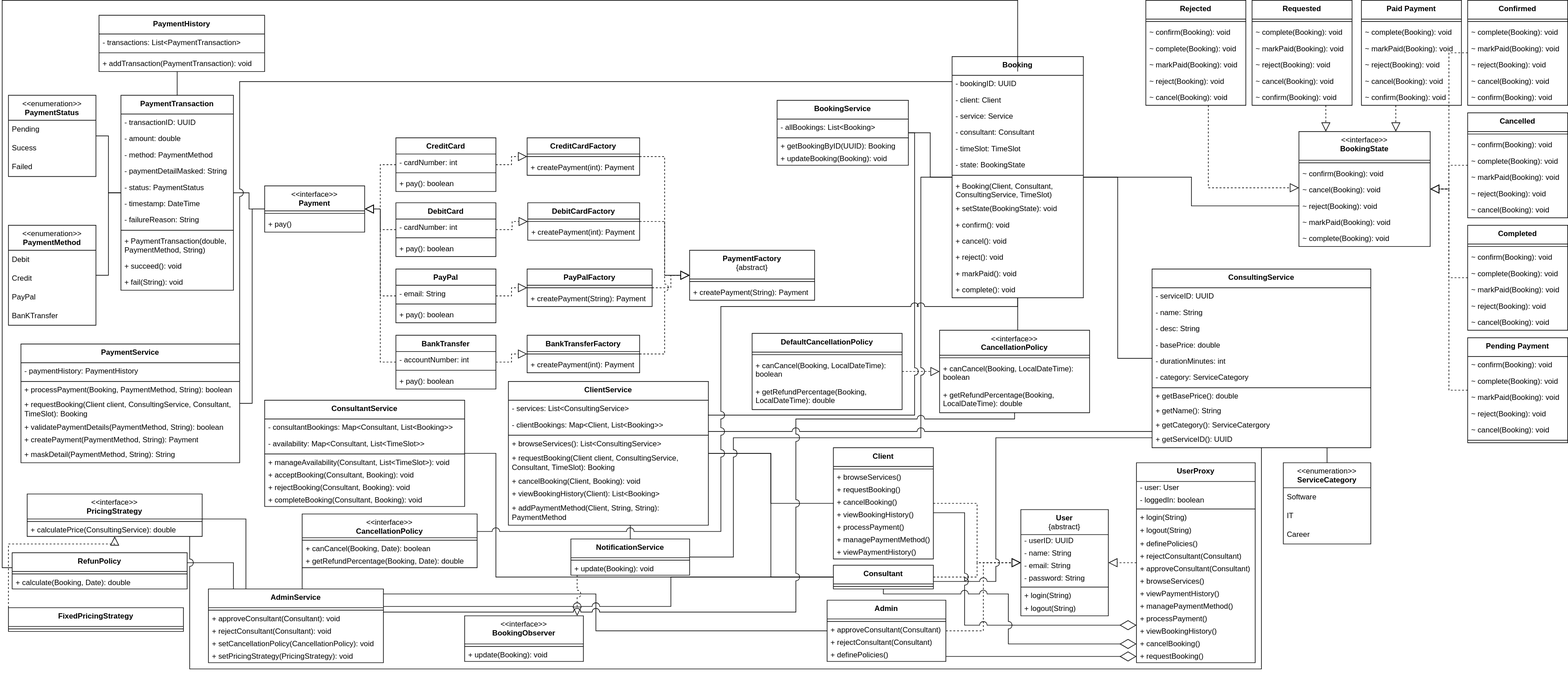
Above: diagrams/EECS3311_ClassDiagram.drawio.svg in K1fight/EECS3311Project (draw.io), before the change. Source tidied: cells renumbered, new cells last; positions are measured from the earlier drawing's top-left corner, leaving out a move shared by most shapes.
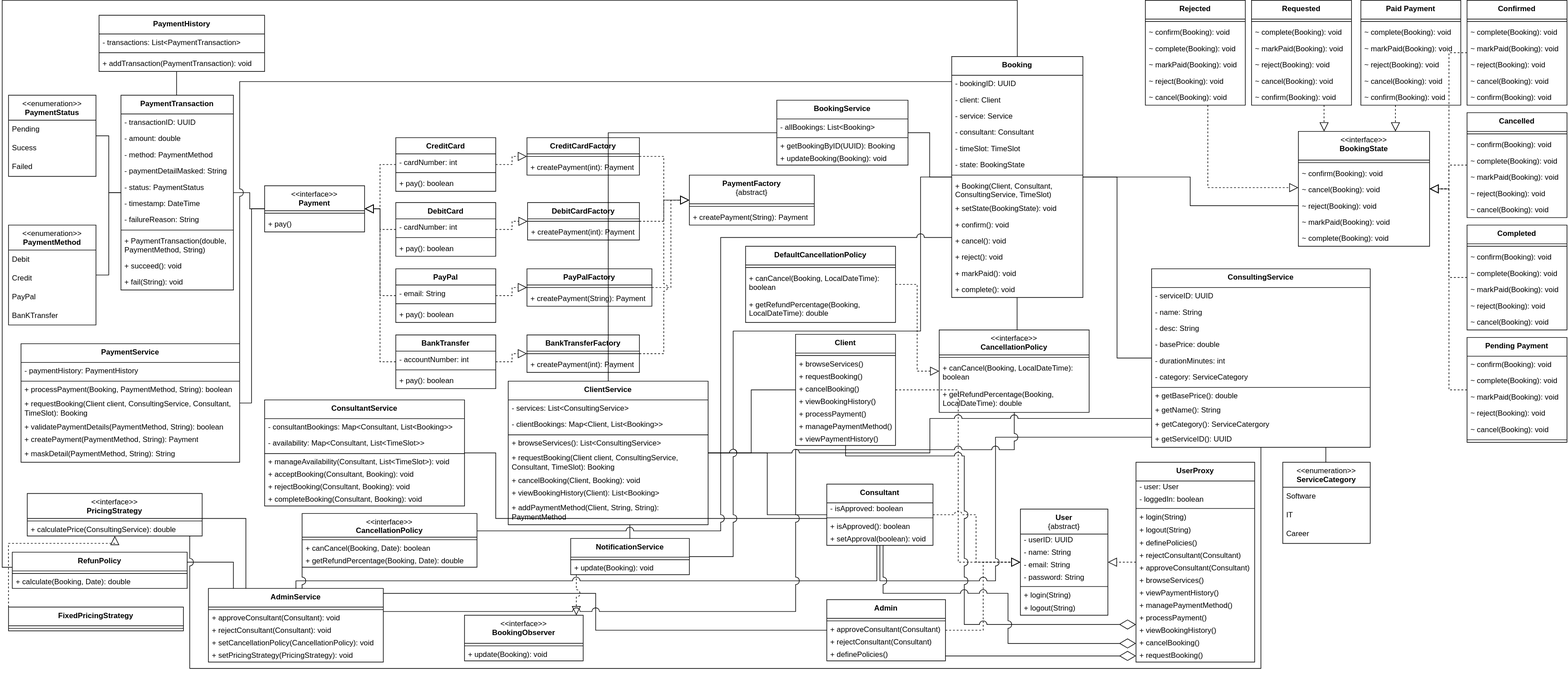
After the change.

Diff of the diagram source:
```diff
@@ -253,7 +253,7 @@
       <mxGeometry y="48" width="160" height="26" as="geometry" />
     </mxCell>
     <mxCell id="84" value="&lt;div&gt;&lt;span style=&quot;background-color: transparent;&quot;&gt;PaymentFactory&lt;/span&gt;&lt;br&gt;&lt;/div&gt;&lt;div&gt;&lt;span style=&quot;font-weight: 400;&quot;&gt;{abstract}&lt;/span&gt;&lt;span style=&quot;background-color: transparent;&quot;&gt;&lt;br&gt;&lt;/span&gt;&lt;/div&gt;" style="swimlane;fontStyle=1;align=center;verticalAlign=top;horizontal=1;startSize=46;whiteSpace=wrap;html=1;" parent="1" vertex="1">
-      <mxGeometry x="1100" y="400" width="200" height="80" as="geometry" />
+      <mxGeometry x="1100" y="280" width="200" height="80" as="geometry" />
     </mxCell>
     <mxCell id="85" style="line;strokeWidth=1;fillColor=none;align=left;verticalAlign=middle;spacingTop=-1;spacingLeft=3;spacingRight=3;labelPosition=right;strokeColor=inherit;" parent="84" vertex="1">
       <mxGeometry y="46" width="200" height="8" as="geometry" />
@@ -598,7 +598,7 @@
       <mxGeometry y="90" width="240" height="42" as="geometry" />
     </mxCell>
     <mxCell id="199" value="&lt;div&gt;&lt;span style=&quot;background-color: transparent;&quot;&gt;DefaultCancellationPolicy&lt;/span&gt;&lt;br&gt;&lt;/div&gt;" style="swimlane;fontStyle=1;align=center;verticalAlign=top;horizontal=1;startSize=30;whiteSpace=wrap;html=1;" parent="1" vertex="1">
-      <mxGeometry x="1200" y="533" width="240" height="122" as="geometry" />
+      <mxGeometry x="1190" y="394" width="240" height="122" as="geometry" />
     </mxCell>
     <mxCell id="200" style="line;strokeWidth=1;fillColor=none;align=left;verticalAlign=middle;spacingTop=-1;spacingLeft=3;spacingRight=3;labelPosition=right;strokeColor=inherit;" parent="199" vertex="1">
       <mxGeometry y="30" width="240" height="8" as="geometry" />
@@ -730,7 +730,7 @@
       <mxGeometry y="300" width="190" height="20" as="geometry" />
     </mxCell>
     <mxCell id="243" value="&lt;b&gt;Client&lt;/b&gt;" style="swimlane;fontStyle=0;align=center;verticalAlign=top;horizontal=1;startSize=30;html=1;whiteSpace=wrap;" parent="1" vertex="1">
-      <mxGeometry x="1330" y="716" width="160" height="178" as="geometry" />
+      <mxGeometry x="1270" y="535" width="160" height="178" as="geometry" />
     </mxCell>
     <mxCell id="244" style="line;strokeWidth=1;fillColor=none;align=left;verticalAlign=middle;spacingTop=-1;spacingLeft=3;spacingRight=3;labelPosition=right;" parent="243" vertex="1">
       <mxGeometry y="30" width="160" height="8" as="geometry" />
@@ -757,11 +757,20 @@
       <mxGeometry y="158" width="160" height="20" as="geometry" />
     </mxCell>
     <mxCell id="252" value="&lt;b&gt;Consultant&lt;/b&gt;" style="swimlane;fontStyle=0;align=center;verticalAlign=top;horizontal=1;startSize=30;html=1;whiteSpace=wrap;" parent="1" vertex="1">
-      <mxGeometry x="1330" y="904" width="160" height="38" as="geometry" />
+      <mxGeometry x="1320" y="775" width="170" height="98" as="geometry" />
     </mxCell>
+    <mxCell id="307" value="- isApproved: boolean" style="text;html=1;strokeColor=none;fillColor=none;align=left;verticalAlign=middle;spacingLeft=4;spacingRight=4;overflow=hidden;whiteSpace=wrap;" parent="252" vertex="1">
+      <mxGeometry y="30" width="170" height="20" as="geometry" />
+    </mxCell>
     <mxCell id="253" style="line;strokeWidth=1;fillColor=none;align=left;verticalAlign=middle;spacingTop=-1;spacingLeft=3;spacingRight=3;labelPosition=right;" parent="252" vertex="1">
-      <mxGeometry y="30" width="160" height="8" as="geometry" />
+      <mxGeometry y="50" width="170" height="8" as="geometry" />
     </mxCell>
+    <mxCell id="308" value="+ isApproved(): boolean" style="text;html=1;strokeColor=none;fillColor=none;align=left;verticalAlign=middle;spacingLeft=4;spacingRight=4;overflow=hidden;whiteSpace=wrap;" parent="252" vertex="1">
+      <mxGeometry y="58" width="170" height="20" as="geometry" />
+    </mxCell>
+    <mxCell id="309" value="+ setApproval(boolean): void" style="text;html=1;strokeColor=none;fillColor=none;align=left;verticalAlign=middle;spacingLeft=4;spacingRight=4;overflow=hidden;whiteSpace=wrap;" parent="252" vertex="1">
+      <mxGeometry y="78" width="170" height="20" as="geometry" />
+    </mxCell>
     <mxCell id="254" value="&lt;b&gt;Admin&lt;/b&gt;" style="swimlane;fontStyle=0;align=center;verticalAlign=top;horizontal=1;startSize=30;html=1;whiteSpace=wrap;" parent="1" vertex="1">
       <mxGeometry x="1320" y="960" width="190" height="98" as="geometry" />
     </mxCell>
@@ -851,24 +860,25 @@
       <mxGeometry relative="1" as="geometry">
         <Array as="points">
           <mxPoint x="1170" y="891" />
-          <mxPoint x="1170" y="700" />
-          <mxPoint x="1470" y="700" />
+          <mxPoint x="1170" y="530" />
+          <mxPoint x="1470" y="530" />
           <mxPoint x="1470" y="283" />
         </Array>
       </mxGeometry>
     </mxCell>
-    <mxCell id="279" style="html=1;endArrow=none;rounded=0;edgeStyle=elbowEdgeStyle;jumpStyle=arc;jumpSize=12;" parent="1" edge="1" source="252" target="156">
+    <mxCell id="279" style="html=1;endArrow=none;rounded=0;edgeStyle=orthogonalEdgeStyle;jumpStyle=arc;jumpSize=12;" parent="1" edge="1" source="252" target="156">
       <mxGeometry relative="1" as="geometry">
         <Array as="points">
-          <mxPoint x="1070" y="970" />
+          <mxPoint x="1400" y="930" />
+          <mxPoint x="470" y="930" />
         </Array>
       </mxGeometry>
     </mxCell>
     <mxCell id="280" style="html=1;endArrow=none;rounded=0;edgeStyle=orthogonalEdgeStyle;jumpStyle=arc;jumpSize=12;" parent="1" edge="1" source="195" target="156">
       <mxGeometry relative="1" as="geometry">
         <Array as="points">
-          <mxPoint x="1620" y="670" />
-          <mxPoint x="1270" y="670" />
+          <mxPoint x="1620" y="720" />
+          <mxPoint x="1270" y="720" />
           <mxPoint x="1270" y="979" />
         </Array>
       </mxGeometry>
@@ -896,19 +906,16 @@
         </Array>
       </mxGeometry>
     </mxCell>
-    <mxCell id="286" style="html=1;endArrow=none;rounded=0;edgeStyle=elbowEdgeStyle;jumpStyle=arc;jumpSize=12;" parent="1" edge="1" source="203" target="175">
+    <mxCell id="286" style="html=1;endArrow=none;rounded=0;edgeStyle=orthogonalEdgeStyle;jumpStyle=arc;jumpSize=12;" parent="1" edge="1" source="203" target="175">
       <mxGeometry relative="1" as="geometry">
         <Array as="points">
-          <mxPoint x="1630" y="690" />
+          <mxPoint x="1485" y="670" />
+          <mxPoint x="1485" y="725" />
         </Array>
       </mxGeometry>
     </mxCell>
-    <mxCell id="287" style="html=1;endArrow=none;rounded=0;edgeStyle=elbowEdgeStyle;jumpStyle=arc;jumpSize=12;entryX=0.998;entryY=-0.08;entryDx=0;entryDy=0;entryPerimeter=0;" parent="1" edge="1" source="162" target="177">
-      <mxGeometry relative="1" as="geometry">
-        <Array as="points">
-          <mxPoint x="1460" y="480" />
-        </Array>
-      </mxGeometry>
+    <mxCell id="287" style="html=1;endArrow=none;rounded=0;edgeStyle=orthogonalEdgeStyle;jumpStyle=arc;jumpSize=12;" parent="1" edge="1" source="162" target="175">
+      <mxGeometry relative="1" as="geometry" />
     </mxCell>
     <mxCell id="288" style="html=1;endArrow=none;rounded=0;edgeStyle=orthogonalEdgeStyle;jumpStyle=arc;jumpSize=12;" parent="1" edge="1" source="2" target="184">
       <mxGeometry relative="1" as="geometry">
@@ -923,7 +930,8 @@
     <mxCell id="290" style="endArrow=diamondThin;endFill=0;endSize=24;html=1;rounded=0;edgeStyle=orthogonalEdgeStyle;jumpStyle=arc;jumpSize=12;" parent="1" edge="1" source="243" target="227">
       <mxGeometry relative="1" as="geometry">
         <Array as="points">
-          <mxPoint x="1540" y="820" />
+          <mxPoint x="1350" y="730" />
+          <mxPoint x="1540" y="730" />
           <mxPoint x="1540" y="1000" />
         </Array>
       </mxGeometry>
@@ -967,8 +975,7 @@
     <mxCell id="298" style="html=1;endArrow=none;rounded=0;edgeStyle=orthogonalEdgeStyle;jumpStyle=arc;jumpSize=12;" parent="1" edge="1" source="2" target="293">
       <mxGeometry relative="1" as="geometry">
         <Array as="points">
-          <mxPoint x="1625" y="490" />
-          <mxPoint x="1150" y="490" />
+          <mxPoint x="1150" y="380" />
           <mxPoint x="1150" y="850" />
         </Array>
       </mxGeometry>
@@ -990,9 +997,8 @@
         </Array>
       </mxGeometry>
     </mxCell>
-    <mxCell id="303" style="html=1;endArrow=none;rounded=0;edgeStyle=orthogonalEdgeStyle;jumpStyle=arc;jumpSize=12;" parent="1" edge="1" target="299">
+    <mxCell id="303" style="html=1;endArrow=none;rounded=0;edgeStyle=orthogonalEdgeStyle;jumpStyle=arc;jumpSize=12;" parent="1" edge="1" source="2" target="299">
       <mxGeometry relative="1" as="geometry">
-        <mxPoint x="1624.9" y="114" as="sourcePoint" />
         <Array as="points">
           <mxPoint x="1625" />
           <mxPoint />
```
